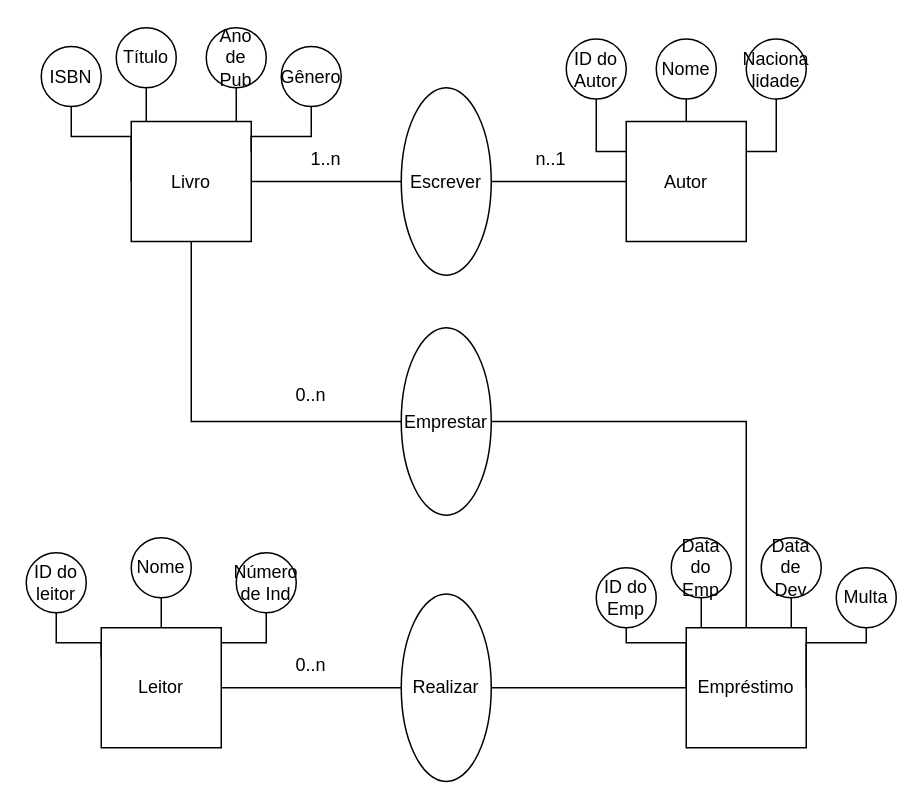
Aliel101/Aliel101-Atividades keeps this draw.io diagram as Atividade sobre ER Biblioteca.drawio. Above is the earlier version. Source tidied: cells renumbered, new cells numbered last; positions are measured from the earlier drawing's top-left corner, leaving out a move shared by most shapes. Both pictures are drawn from the tidied source at 150%, with x=0, y=0 at pixel (26, 27).
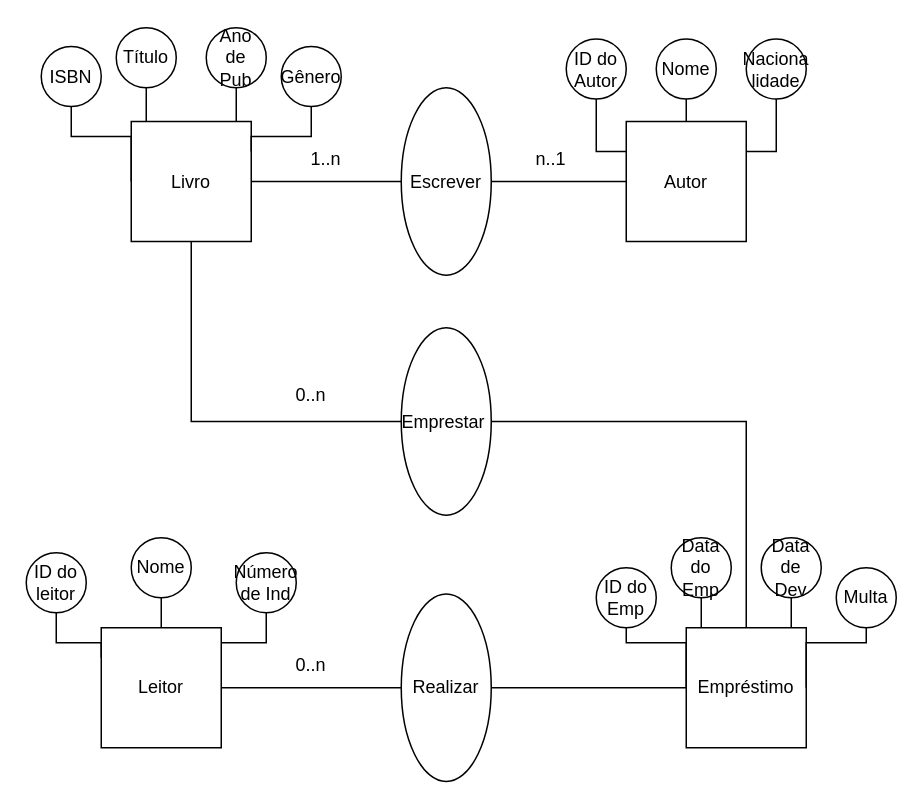
After the change.

Change to the diagram source:
```diff
@@
-    <mxCell id="45" value="Emprestar" style="ellipse;whiteSpace=wrap;html=1;" parent="1" vertex="1">
+    <mxCell id="45" value="Emprestar&amp;nbsp;" style="ellipse;whiteSpace=wrap;html=1;" parent="1" vertex="1">
       <mxGeometry x="250" y="200" width="60" height="125" as="geometry" />
     </mxCell>
```
